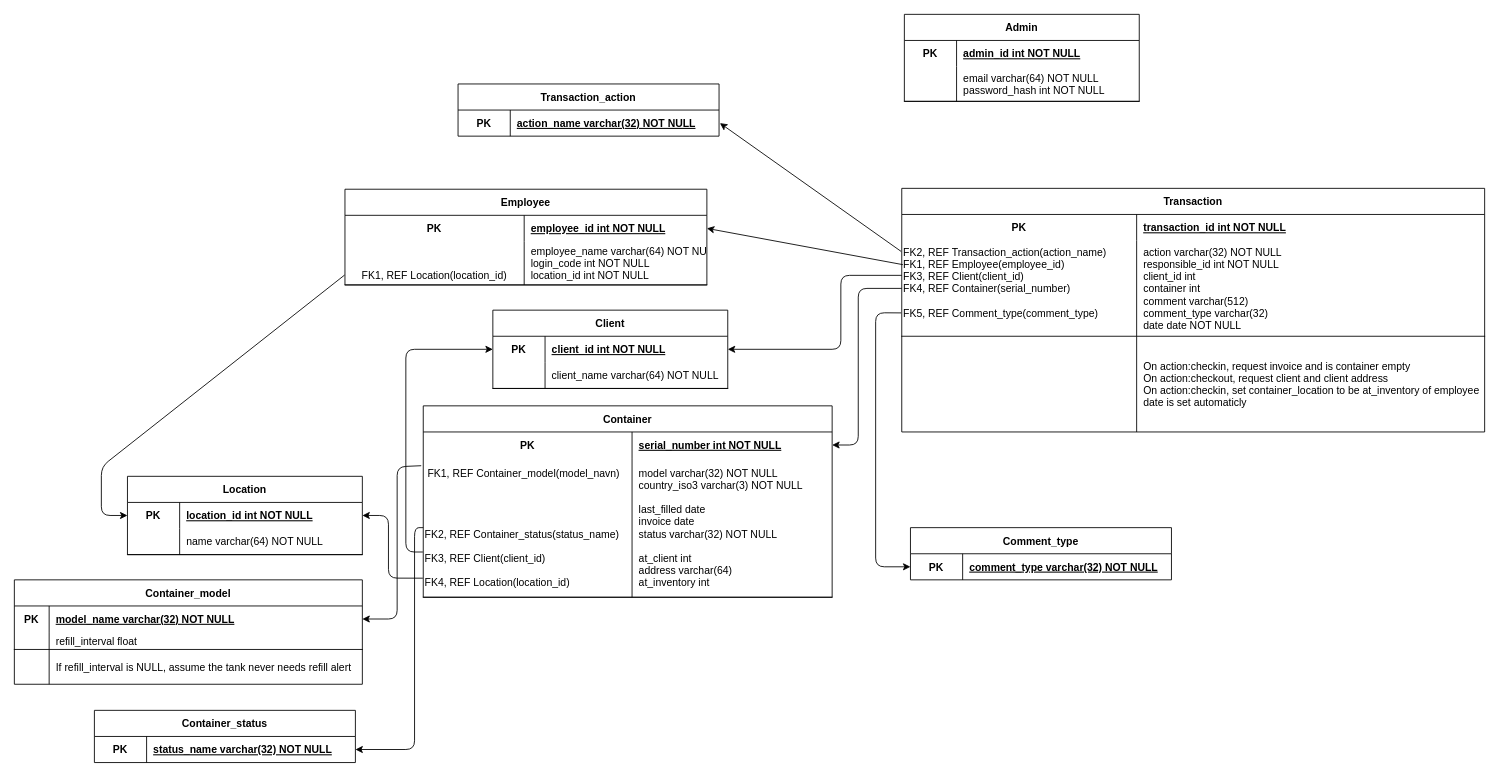
The draw.io diagram Documentation/Database/konseptuell modell v3eng.drawio in AxelJacobsen/Bachelor-thesis-2023_Cryogenetics, before the edit. Source tidied: cells renumbered, new cells numbered last; positions are measured from the earlier drawing's top-left corner, leaving out a move shared by most shapes. Both pictures are drawn from the tidied source at 87%, with x=0, y=0 at pixel (14, 14).
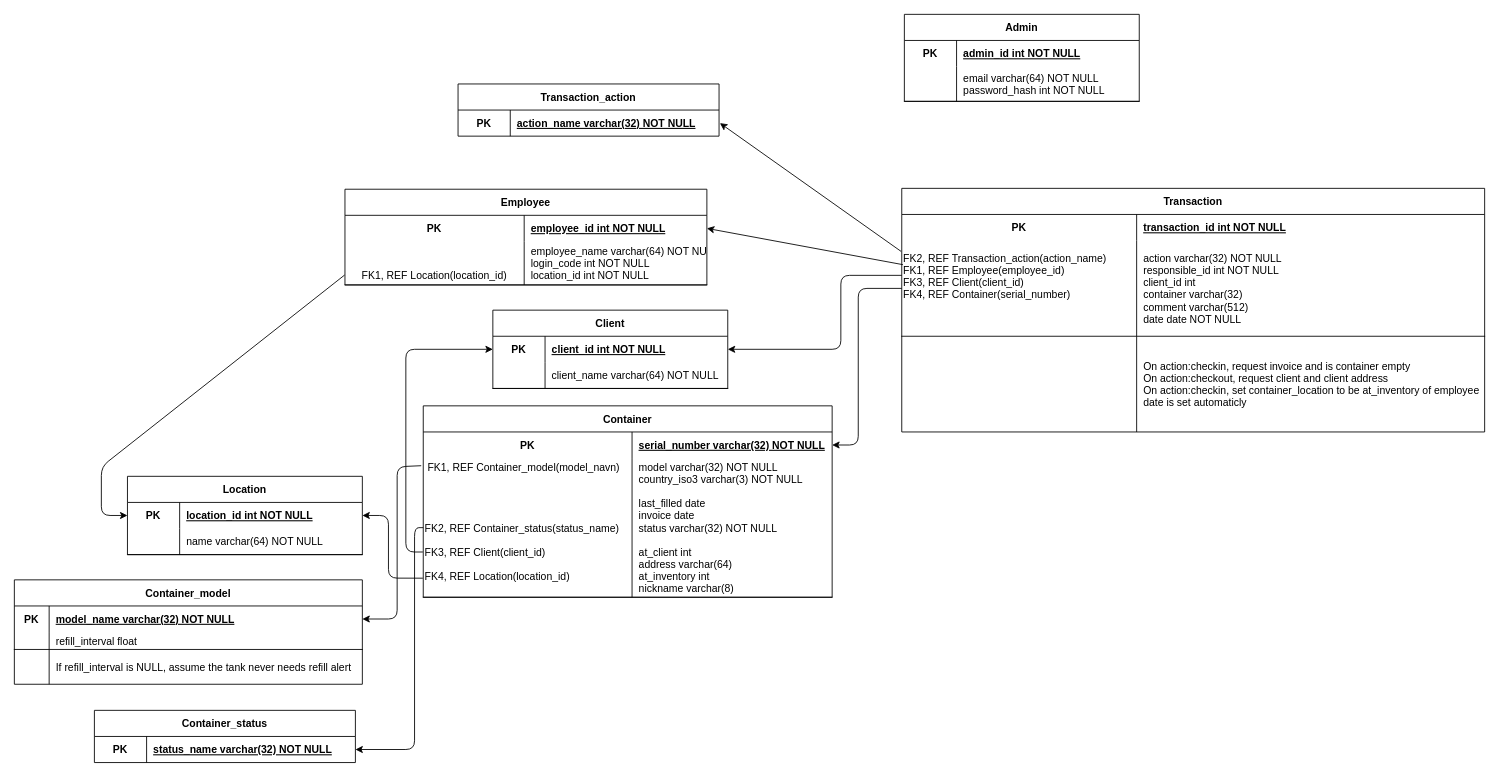
The same diagram, later.

Commit message (it also covers changes not shown here):
[#30] Remove transaction.comment_type, Change container.serial_number to varchar(32), Add container.ID.

The change refers to these unchanged cells:
```xml
<mxCell id="6" style="shape=tableRow;horizontal=0;startSize=0;swimlaneHead=0;swimlaneBody=0;fillColor=none;points=[[0,0.5],[1,0.5]];portConstraint=eastwest;top=0;left=0;right=0;bottom=1;" parent="2" vertex="1">
  <mxGeometry y="60" width="670" height="110" as="geometry" />
</mxCell>
<mxCell id="38" style="shape=tableRow;horizontal=0;startSize=0;swimlaneHead=0;swimlaneBody=0;fillColor=none;points=[[0,0.5],[1,0.5]];portConstraint=eastwest;top=0;left=0;right=0;bottom=0;" parent="37" vertex="1">
  <mxGeometry y="30" width="470" height="30" as="geometry" />
</mxCell>
<mxCell id="41" style="shape=tableRow;horizontal=0;startSize=0;swimlaneHead=0;swimlaneBody=0;fillColor=none;points=[[0,0.5],[1,0.5]];portConstraint=eastwest;top=0;left=0;right=0;bottom=1;" parent="37" vertex="1">
  <mxGeometry y="60" width="470" height="160" as="geometry" />
</mxCell>
```

The edit, as a diff of the source:
```diff
@@
-    <mxCell id="7" value="FK2, REF Transaction_action(action_name)&#10;FK1, REF Employee(employee_id)&#10;FK3, REF Client(client_id)&#10;FK4, REF Container(serial_number)&#10;&#10;FK5, REF Comment_type(comment_type)&#10;" style="shape=partialRectangle;fillColor=none;top=0;left=0;bottom=0;right=0;fontStyle=0;overflow=hidden;align=left;" parent="6" vertex="1">
+    <mxCell id="7" value="FK2, REF Transaction_action(action_name)&#10;FK1, REF Employee(employee_id)&#10;FK3, REF Client(client_id)&#10;FK4, REF Container(serial_number)&#10;&#10;" style="shape=partialRectangle;fillColor=none;top=0;left=0;bottom=0;right=0;fontStyle=0;overflow=hidden;align=left;" parent="6" vertex="1">
       <mxGeometry width="270" height="110" as="geometry" />
     </mxCell>
-    <mxCell id="8" value="action varchar(32) NOT NULL&#10;responsible_id int NOT NULL&#10;client_id int&#10;container int&#10;comment varchar(512)&#10;comment_type varchar(32)&#10;date date NOT NULL" style="shape=partialRectangle;fillColor=none;top=0;left=0;bottom=0;right=0;align=left;spacingLeft=6;fontStyle=0;overflow=hidden;" parent="6" vertex="1">
+    <mxCell id="8" value="action varchar(32) NOT NULL&#10;responsible_id int NOT NULL&#10;client_id int&#10;container varchar(32)&#10;comment varchar(512)&#10;date date NOT NULL" style="shape=partialRectangle;fillColor=none;top=0;left=0;bottom=0;right=0;align=left;spacingLeft=6;fontStyle=0;overflow=hidden;" parent="6" vertex="1">
       <mxGeometry x="270" width="400" height="110" as="geometry" />
     </mxCell>
@@
-    <mxCell id="40" value="serial_number int NOT NULL" style="shape=partialRectangle;fillColor=none;top=0;left=0;bottom=0;right=0;align=left;spacingLeft=6;fontStyle=5;overflow=hidden;" parent="38" vertex="1">
+    <mxCell id="40" value="serial_number varchar(32) NOT NULL" style="shape=partialRectangle;fillColor=none;top=0;left=0;bottom=0;right=0;align=left;spacingLeft=6;fontStyle=5;overflow=hidden;" parent="38" vertex="1">
       <mxGeometry x="240" width="230" height="30" as="geometry" />
     </mxCell>
@@
-    <mxCell id="42" value=" FK1, REF Container_model(model_navn)&#10;&#10;&#10;&#10;&#10;FK2, REF Container_status(status_name)&#10;&#10;FK3, REF Client(client_id)&#10;&#10;FK4, REF Location(location_id)" style="shape=partialRectangle;fillColor=none;top=0;left=0;bottom=0;right=0;fontStyle=0;overflow=hidden;align=left;" parent="41" vertex="1">
+    <mxCell id="42" value=" FK1, REF Container_model(model_navn)&#10;&#10;&#10;&#10;&#10;FK2, REF Container_status(status_name)&#10;&#10;FK3, REF Client(client_id)&#10;&#10;FK4, REF Location(location_id)&#10;" style="shape=partialRectangle;fillColor=none;top=0;left=0;bottom=0;right=0;fontStyle=0;overflow=hidden;align=left;" parent="41" vertex="1">
       <mxGeometry width="240" height="160" as="geometry" />
     </mxCell>
-    <mxCell id="43" value="model varchar(32) NOT NULL&#10;country_iso3 varchar(3) NOT NULL&#10;&#10;last_filled date&#10;invoice date&#10;status varchar(32) NOT NULL&#10;&#10;at_client int&#10;address varchar(64)&#10;at_inventory int" style="shape=partialRectangle;fillColor=none;top=0;left=0;bottom=0;right=0;align=left;spacingLeft=6;fontStyle=0;overflow=hidden;" parent="41" vertex="1">
+    <mxCell id="43" value="model varchar(32) NOT NULL&#10;country_iso3 varchar(3) NOT NULL&#10;&#10;last_filled date&#10;invoice date&#10;status varchar(32) NOT NULL&#10;&#10;at_client int&#10;address varchar(64)&#10;at_inventory int&#10;nickname varchar(8)" style="shape=partialRectangle;fillColor=none;top=0;left=0;bottom=0;right=0;align=left;spacingLeft=6;fontStyle=0;overflow=hidden;" parent="41" vertex="1">
       <mxGeometry x="240" width="230" height="160" as="geometry" />
     </mxCell>
@@
-    <mxCell id="56" value="Comment_type" style="shape=table;startSize=30;childLayout=tableLayout;rowLines=0;fontStyle=1;align=center;" parent="1" vertex="1">
-      <mxGeometry x="1030" y="590" width="300" height="60" as="geometry" />
-    </mxCell>
-    <mxCell id="57" style="shape=tableRow;horizontal=0;startSize=0;swimlaneHead=0;swimlaneBody=0;fillColor=none;points=[[0,0.5],[1,0.5]];portConstraint=eastwest;top=0;left=0;right=0;bottom=0;" parent="56" vertex="1">
-      <mxGeometry y="30" width="300" height="30" as="geometry" />
-    </mxCell>
-    <mxCell id="58" value="PK" style="shape=partialRectangle;fillColor=none;top=0;left=0;bottom=0;right=0;fontStyle=1;overflow=hidden;" parent="57" vertex="1">
-      <mxGeometry width="60" height="30" as="geometry" />
-    </mxCell>
-    <mxCell id="59" value="comment_type varchar(32) NOT NULL" style="shape=partialRectangle;fillColor=none;top=0;left=0;bottom=0;right=0;align=left;spacingLeft=6;fontStyle=5;overflow=hidden;" parent="57" vertex="1">
-      <mxGeometry x="60" width="240" height="30" as="geometry" />
-    </mxCell>
-    <mxCell id="60" style="endArrow=classic;html=1;rounded=1;entryX=0;entryY=0.5;entryDx=0;entryDy=0;exitX=-0.001;exitY=0.756;exitDx=0;exitDy=0;exitPerimeter=0;" parent="1" edge="1" source="6" target="57">
-      <mxGeometry relative="1" as="geometry">
-        <Array as="points">
-          <mxPoint x="990" y="343" />
-          <mxPoint x="990" y="635" />
-        </Array>
-      </mxGeometry>
-    </mxCell>
```
